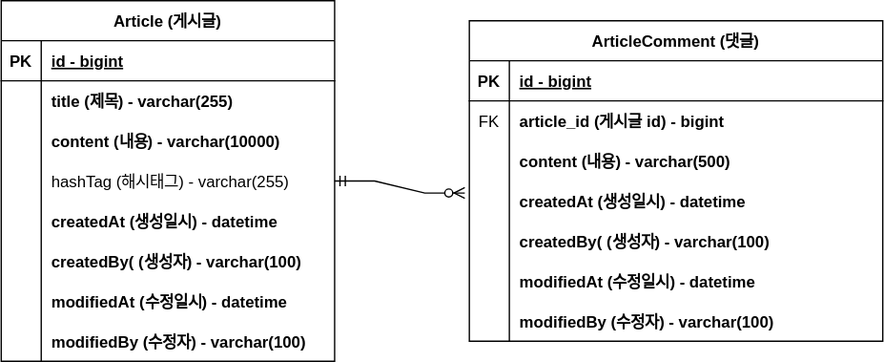
ttaho/project-board keeps this draw.io diagram as document/project-board-erd.svg. Above is the earlier version. Source tidied: cells renumbered, new cells last; positions are measured from the earlier drawing's top-left corner, leaving out a move shared by most shapes.
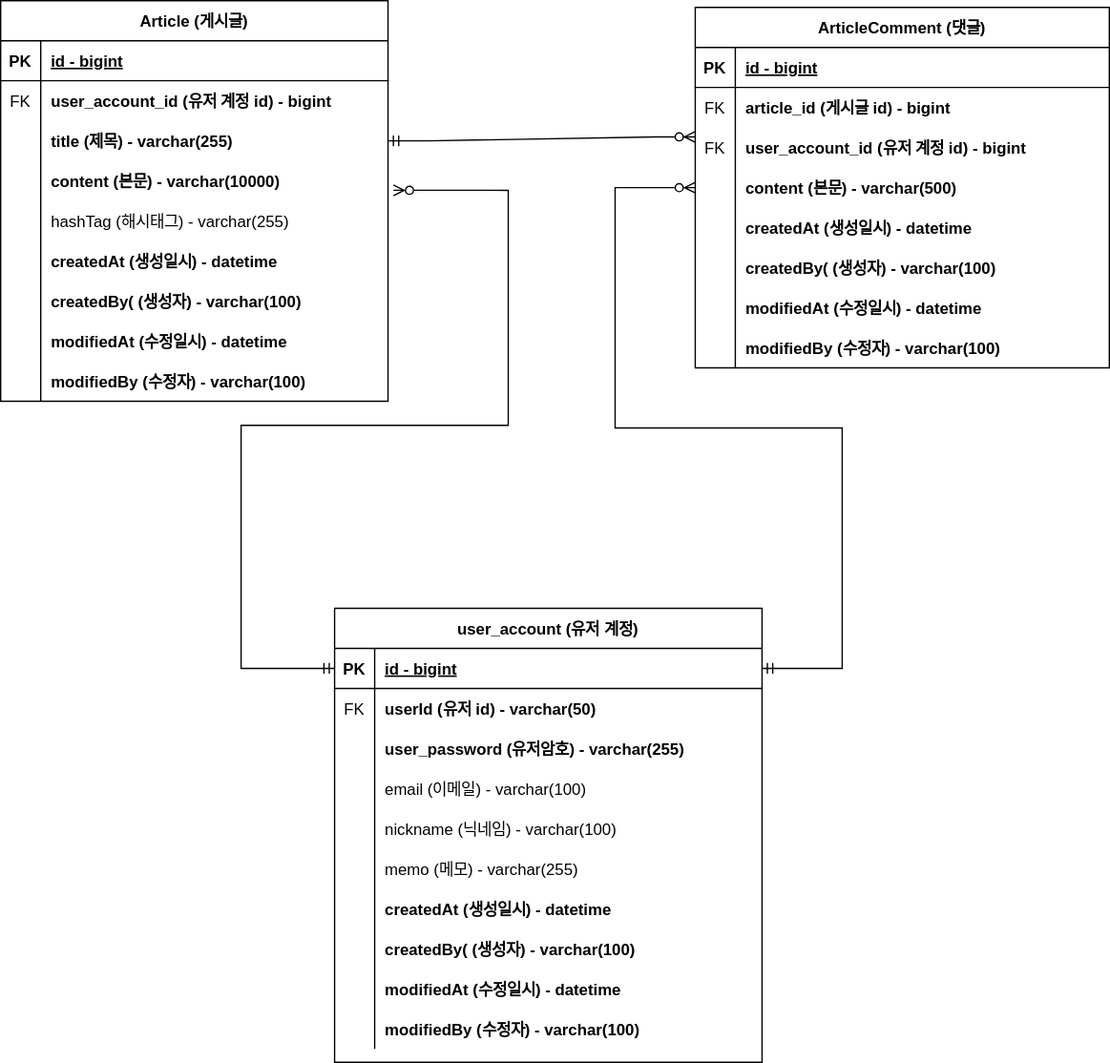
After the change.

Commit message:
project-board-erd 업데이트 - 유저 계정 추가

What changed in the source:
```diff
@@ -5,6 +5,6 @@
     <mxCell id="2" value="Article (게시글)" style="shape=table;startSize=30;rowLines=0;fontStyle=1;align=center;" parent="1" vertex="1">
-      <mxGeometry width="250" height="270" as="geometry" />
+      <mxGeometry x="-40" width="290" height="300" as="geometry" />
     </mxCell>
     <mxCell id="3" style="shape=tableRow;horizontal=0;startSize=0;swimlaneHead=0;swimlaneBody=0;fillColor=none;top=0;left=0;right=0;bottom=1;" parent="2" vertex="1">
-      <mxGeometry y="30" width="250" height="30" as="geometry" />
+      <mxGeometry y="30" width="290" height="30" as="geometry" />
     </mxCell>
@@ -14,15 +14,24 @@
     <mxCell id="5" value="id - bigint" style="shape=partialRectangle;fillColor=none;top=0;left=0;bottom=0;right=0;align=left;spacingLeft=6;fontStyle=5;overflow=hidden;" parent="3" vertex="1">
-      <mxGeometry x="30" width="220" height="30" as="geometry" />
+      <mxGeometry x="30" width="260" height="30" as="geometry" />
     </mxCell>
     <mxCell id="6" style="shape=tableRow;horizontal=0;startSize=0;swimlaneHead=0;swimlaneBody=0;fillColor=none;top=0;left=0;right=0;bottom=0;" parent="2" vertex="1">
-      <mxGeometry y="60" width="250" height="30" as="geometry" />
+      <mxGeometry y="60" width="290" height="30" as="geometry" />
     </mxCell>
-    <mxCell id="7" style="shape=partialRectangle;fillColor=none;top=0;left=0;bottom=0;right=0;overflow=hidden;" parent="6" vertex="1">
+    <mxCell id="7" value="FK" style="shape=partialRectangle;fillColor=none;top=0;left=0;bottom=0;right=0;overflow=hidden;" parent="6" vertex="1">
       <mxGeometry width="30" height="30" as="geometry" />
     </mxCell>
-    <mxCell id="8" value="title (제목) - varchar(255)" style="shape=partialRectangle;fillColor=none;top=0;left=0;bottom=0;right=0;align=left;spacingLeft=6;overflow=hidden;fontStyle=1;" parent="6" vertex="1">
-      <mxGeometry x="30" width="220" height="30" as="geometry" />
+    <mxCell id="8" value="user_account_id (유저 계정 id) - bigint" style="shape=partialRectangle;fillColor=none;top=0;left=0;bottom=0;right=0;align=left;spacingLeft=6;overflow=hidden;fontStyle=1;" parent="6" vertex="1">
+      <mxGeometry x="30" width="260" height="30" as="geometry" />
     </mxCell>
+    <mxCell id="50" style="shape=tableRow;horizontal=0;startSize=0;swimlaneHead=0;swimlaneBody=0;fillColor=none;points=[[0,0.5],[1,0.5]];portConstraint=eastwest;top=0;left=0;right=0;bottom=0;" parent="2" vertex="1">
+      <mxGeometry y="90" width="290" height="30" as="geometry" />
+    </mxCell>
+    <mxCell id="51" style="shape=partialRectangle;fillColor=none;top=0;left=0;bottom=0;right=0;overflow=hidden;" parent="50" vertex="1">
+      <mxGeometry width="30" height="30" as="geometry" />
+    </mxCell>
+    <mxCell id="52" value="title (제목) - varchar(255)" style="shape=partialRectangle;fillColor=none;top=0;left=0;bottom=0;right=0;align=left;spacingLeft=6;overflow=hidden;fontStyle=1;" parent="50" vertex="1">
+      <mxGeometry x="30" width="260" height="30" as="geometry" />
+    </mxCell>
     <mxCell id="9" style="shape=tableRow;horizontal=0;startSize=0;swimlaneHead=0;swimlaneBody=0;fillColor=none;points=[[0,0.5],[1,0.5]];portConstraint=eastwest;top=0;left=0;right=0;bottom=0;" parent="2" vertex="1">
-      <mxGeometry y="90" width="250" height="30" as="geometry" />
+      <mxGeometry y="120" width="290" height="30" as="geometry" />
     </mxCell>
@@ -31,7 +40,7 @@
     </mxCell>
-    <mxCell id="11" value="content (내용) - varchar(10000)" style="shape=partialRectangle;fillColor=none;top=0;left=0;bottom=0;right=0;align=left;spacingLeft=6;overflow=hidden;fontStyle=1;" parent="9" vertex="1">
-      <mxGeometry x="30" width="220" height="30" as="geometry" />
+    <mxCell id="11" value="content (본문) - varchar(10000)" style="shape=partialRectangle;fillColor=none;top=0;left=0;bottom=0;right=0;align=left;spacingLeft=6;overflow=hidden;fontStyle=1;" parent="9" vertex="1">
+      <mxGeometry x="30" width="260" height="30" as="geometry" />
     </mxCell>
     <mxCell id="12" style="shape=tableRow;horizontal=0;startSize=0;swimlaneHead=0;swimlaneBody=0;fillColor=none;points=[[0,0.5],[1,0.5]];portConstraint=eastwest;top=0;left=0;right=0;bottom=0;" parent="2" vertex="1">
-      <mxGeometry y="120" width="250" height="30" as="geometry" />
+      <mxGeometry y="150" width="290" height="30" as="geometry" />
     </mxCell>
@@ -41,6 +50,6 @@
     <mxCell id="14" value="hashTag (해시태그) - varchar(255)" style="shape=partialRectangle;fillColor=none;top=0;left=0;bottom=0;right=0;align=left;spacingLeft=6;overflow=hidden;" parent="12" vertex="1">
-      <mxGeometry x="30" width="220" height="30" as="geometry" />
+      <mxGeometry x="30" width="260" height="30" as="geometry" />
     </mxCell>
     <mxCell id="15" style="shape=tableRow;horizontal=0;startSize=0;swimlaneHead=0;swimlaneBody=0;fillColor=none;top=0;left=0;right=0;bottom=0;" parent="2" vertex="1">
-      <mxGeometry y="150" width="250" height="30" as="geometry" />
+      <mxGeometry y="180" width="290" height="30" as="geometry" />
     </mxCell>
@@ -50,6 +59,6 @@
     <mxCell id="17" value="createdAt (생성일시) - datetime" style="shape=partialRectangle;fillColor=none;top=0;left=0;bottom=0;right=0;align=left;spacingLeft=6;overflow=hidden;fontStyle=1;" parent="15" vertex="1">
-      <mxGeometry x="30" width="220" height="30" as="geometry" />
+      <mxGeometry x="30" width="260" height="30" as="geometry" />
     </mxCell>
     <mxCell id="18" style="shape=tableRow;horizontal=0;startSize=0;swimlaneHead=0;swimlaneBody=0;fillColor=none;top=0;left=0;right=0;bottom=0;" parent="2" vertex="1">
-      <mxGeometry y="180" width="250" height="30" as="geometry" />
+      <mxGeometry y="210" width="290" height="30" as="geometry" />
     </mxCell>
@@ -59,6 +68,6 @@
     <mxCell id="20" value="createdBy( (생성자) - varchar(100)" style="shape=partialRectangle;fillColor=none;top=0;left=0;bottom=0;right=0;align=left;spacingLeft=6;overflow=hidden;fontStyle=1;" parent="18" vertex="1">
-      <mxGeometry x="30" width="220" height="30" as="geometry" />
+      <mxGeometry x="30" width="260" height="30" as="geometry" />
     </mxCell>
     <mxCell id="21" style="shape=tableRow;horizontal=0;startSize=0;swimlaneHead=0;swimlaneBody=0;fillColor=none;top=0;left=0;right=0;bottom=0;" parent="2" vertex="1">
-      <mxGeometry y="210" width="250" height="30" as="geometry" />
+      <mxGeometry y="240" width="290" height="30" as="geometry" />
     </mxCell>
@@ -68,6 +77,6 @@
     <mxCell id="23" value="modifiedAt (수정일시) - datetime" style="shape=partialRectangle;fillColor=none;top=0;left=0;bottom=0;right=0;align=left;spacingLeft=6;overflow=hidden;fontStyle=1;" parent="21" vertex="1">
-      <mxGeometry x="30" width="220" height="30" as="geometry" />
+      <mxGeometry x="30" width="260" height="30" as="geometry" />
     </mxCell>
     <mxCell id="24" style="shape=tableRow;horizontal=0;startSize=0;swimlaneHead=0;swimlaneBody=0;fillColor=none;top=0;left=0;right=0;bottom=0;" parent="2" vertex="1">
-      <mxGeometry y="240" width="250" height="30" as="geometry" />
+      <mxGeometry y="270" width="290" height="30" as="geometry" />
     </mxCell>
@@ -77,6 +86,6 @@
     <mxCell id="26" value="modifiedBy (수정자) - varchar(100)" style="shape=partialRectangle;fillColor=none;top=0;left=0;bottom=0;right=0;align=left;spacingLeft=6;overflow=hidden;fontStyle=1;" parent="24" vertex="1">
-      <mxGeometry x="30" width="220" height="30" as="geometry" />
+      <mxGeometry x="30" width="260" height="30" as="geometry" />
     </mxCell>
     <mxCell id="27" value="ArticleComment (댓글)" style="shape=table;startSize=30;rowLines=0;fontStyle=1;align=center;" parent="1" vertex="1">
-      <mxGeometry x="351" y="15" width="310" height="240" as="geometry" />
+      <mxGeometry x="480" y="5" width="310" height="270" as="geometry" />
     </mxCell>
@@ -100,4 +109,13 @@
     </mxCell>
+    <mxCell id="53" style="shape=tableRow;horizontal=0;startSize=0;swimlaneHead=0;swimlaneBody=0;fillColor=none;points=[[0,0.5],[1,0.5]];portConstraint=eastwest;top=0;left=0;right=0;bottom=0;" parent="27" vertex="1">
+      <mxGeometry y="90" width="310" height="30" as="geometry" />
+    </mxCell>
+    <mxCell id="54" value="FK" style="shape=partialRectangle;fillColor=none;top=0;left=0;bottom=0;right=0;overflow=hidden;" parent="53" vertex="1">
+      <mxGeometry width="30" height="30" as="geometry" />
+    </mxCell>
+    <mxCell id="55" value="user_account_id (유저 계정 id) - bigint" style="shape=partialRectangle;fillColor=none;top=0;left=0;bottom=0;right=0;align=left;spacingLeft=6;overflow=hidden;fontStyle=1;" parent="53" vertex="1">
+      <mxGeometry x="30" width="280" height="30" as="geometry" />
+    </mxCell>
     <mxCell id="34" style="shape=tableRow;horizontal=0;startSize=0;swimlaneHead=0;swimlaneBody=0;fillColor=none;points=[[0,0.5],[1,0.5]];portConstraint=eastwest;top=0;left=0;right=0;bottom=0;" parent="27" vertex="1">
-      <mxGeometry y="90" width="310" height="30" as="geometry" />
+      <mxGeometry y="120" width="310" height="30" as="geometry" />
     </mxCell>
@@ -106,3 +124,3 @@
     </mxCell>
-    <mxCell id="36" value="content (내용) - varchar(500)" style="shape=partialRectangle;fillColor=none;top=0;left=0;bottom=0;right=0;align=left;spacingLeft=6;overflow=hidden;fontStyle=1;" parent="34" vertex="1">
+    <mxCell id="36" value="content (본문) - varchar(500)" style="shape=partialRectangle;fillColor=none;top=0;left=0;bottom=0;right=0;align=left;spacingLeft=6;overflow=hidden;fontStyle=1;" parent="34" vertex="1">
       <mxGeometry x="30" width="280" height="30" as="geometry" />
@@ -110,3 +128,3 @@
     <mxCell id="37" style="shape=tableRow;horizontal=0;startSize=0;swimlaneHead=0;swimlaneBody=0;fillColor=none;points=[[0,0.5],[1,0.5]];portConstraint=eastwest;top=0;left=0;right=0;bottom=0;" parent="27" vertex="1">
-      <mxGeometry y="120" width="310" height="30" as="geometry" />
+      <mxGeometry y="150" width="310" height="30" as="geometry" />
     </mxCell>
@@ -119,3 +137,3 @@
     <mxCell id="40" style="shape=tableRow;horizontal=0;startSize=0;swimlaneHead=0;swimlaneBody=0;fillColor=none;top=0;left=0;right=0;bottom=0;" parent="27" vertex="1">
-      <mxGeometry y="150" width="310" height="30" as="geometry" />
+      <mxGeometry y="180" width="310" height="30" as="geometry" />
     </mxCell>
@@ -128,3 +146,3 @@
     <mxCell id="43" style="shape=tableRow;horizontal=0;startSize=0;swimlaneHead=0;swimlaneBody=0;fillColor=none;top=0;left=0;right=0;bottom=0;" parent="27" vertex="1">
-      <mxGeometry y="180" width="310" height="30" as="geometry" />
+      <mxGeometry y="210" width="310" height="30" as="geometry" />
     </mxCell>
@@ -137,3 +155,3 @@
     <mxCell id="46" style="shape=tableRow;horizontal=0;startSize=0;swimlaneHead=0;swimlaneBody=0;fillColor=none;top=0;left=0;right=0;bottom=0;" parent="27" vertex="1">
-      <mxGeometry y="210" width="310" height="30" as="geometry" />
+      <mxGeometry y="240" width="310" height="30" as="geometry" />
     </mxCell>
@@ -145,5 +163,118 @@
     </mxCell>
-    <mxCell id="49" style="edgeStyle=entityRelationEdgeStyle;fontSize=12;html=1;endArrow=ERzeroToMany;startArrow=ERmandOne;rounded=0;entryX=-0.011;entryY=0.3;entryDx=0;entryDy=0;entryPerimeter=0;" parent="1" edge="1" source="12" target="37">
+    <mxCell id="49" style="edgeStyle=entityRelationEdgeStyle;fontSize=12;html=1;endArrow=ERzeroToMany;startArrow=ERmandOne;rounded=0;entryX=0;entryY=0.233;entryDx=0;entryDy=0;entryPerimeter=0;exitX=1;exitY=0.5;exitDx=0;exitDy=0;" parent="1" edge="1" source="50" target="53">
       <mxGeometry relative="1" as="geometry" />
     </mxCell>
+    <mxCell id="56" value="user_account (유저 계정)" style="shape=table;startSize=30;rowLines=0;fontStyle=1;align=center;" parent="1" vertex="1">
+      <mxGeometry x="210" y="455" width="320" height="340" as="geometry" />
+    </mxCell>
+    <mxCell id="57" style="shape=tableRow;horizontal=0;startSize=0;swimlaneHead=0;swimlaneBody=0;fillColor=none;points=[[0,0.5],[1,0.5]];portConstraint=eastwest;top=0;left=0;right=0;bottom=1;" parent="56" vertex="1">
+      <mxGeometry y="30" width="320" height="30" as="geometry" />
+    </mxCell>
+    <mxCell id="58" value="PK" style="shape=partialRectangle;fillColor=none;top=0;left=0;bottom=0;right=0;fontStyle=1;overflow=hidden;" parent="57" vertex="1">
+      <mxGeometry width="30" height="30" as="geometry" />
+    </mxCell>
+    <mxCell id="59" value="id - bigint" style="shape=partialRectangle;fillColor=none;top=0;left=0;bottom=0;right=0;align=left;spacingLeft=6;fontStyle=5;overflow=hidden;" parent="57" vertex="1">
+      <mxGeometry x="30" width="290" height="30" as="geometry" />
+    </mxCell>
+    <mxCell id="60" style="shape=tableRow;horizontal=0;startSize=0;swimlaneHead=0;swimlaneBody=0;fillColor=none;top=0;left=0;right=0;bottom=0;" parent="56" vertex="1">
+      <mxGeometry y="60" width="320" height="30" as="geometry" />
+    </mxCell>
+    <mxCell id="61" value="FK" style="shape=partialRectangle;fillColor=none;top=0;left=0;bottom=0;right=0;overflow=hidden;" parent="60" vertex="1">
+      <mxGeometry width="30" height="30" as="geometry" />
+    </mxCell>
+    <mxCell id="62" value="userId (유저 id) - varchar(50)" style="shape=partialRectangle;fillColor=none;top=0;left=0;bottom=0;right=0;align=left;spacingLeft=6;overflow=hidden;fontStyle=1;" parent="60" vertex="1">
+      <mxGeometry x="30" width="290" height="30" as="geometry" />
+    </mxCell>
+    <mxCell id="63" style="shape=tableRow;horizontal=0;startSize=0;swimlaneHead=0;swimlaneBody=0;fillColor=none;top=0;left=0;right=0;bottom=0;" parent="56" vertex="1">
+      <mxGeometry y="90" width="320" height="30" as="geometry" />
+    </mxCell>
+    <mxCell id="64" style="shape=partialRectangle;fillColor=none;top=0;left=0;bottom=0;right=0;overflow=hidden;" parent="63" vertex="1">
+      <mxGeometry width="30" height="30" as="geometry" />
+    </mxCell>
+    <mxCell id="65" value="user_password (유저암호) - varchar(255)" style="shape=partialRectangle;fillColor=none;top=0;left=0;bottom=0;right=0;align=left;spacingLeft=6;overflow=hidden;fontStyle=1;" parent="63" vertex="1">
+      <mxGeometry x="30" width="290" height="30" as="geometry" />
+    </mxCell>
+    <mxCell id="66" style="shape=tableRow;horizontal=0;startSize=0;swimlaneHead=0;swimlaneBody=0;fillColor=none;top=0;left=0;right=0;bottom=0;" parent="56" vertex="1">
+      <mxGeometry y="120" width="320" height="30" as="geometry" />
+    </mxCell>
+    <mxCell id="67" style="shape=partialRectangle;fillColor=none;top=0;left=0;bottom=0;right=0;overflow=hidden;" parent="66" vertex="1">
+      <mxGeometry width="30" height="30" as="geometry" />
+    </mxCell>
+    <mxCell id="68" value="email (이메일) - varchar(100)" style="shape=partialRectangle;fillColor=none;top=0;left=0;bottom=0;right=0;align=left;spacingLeft=6;overflow=hidden;" parent="66" vertex="1">
+      <mxGeometry x="30" width="290" height="30" as="geometry" />
+    </mxCell>
+    <mxCell id="69" style="shape=tableRow;horizontal=0;startSize=0;swimlaneHead=0;swimlaneBody=0;fillColor=none;top=0;left=0;right=0;bottom=0;" parent="56" vertex="1">
+      <mxGeometry y="150" width="320" height="30" as="geometry" />
+    </mxCell>
+    <mxCell id="70" style="shape=partialRectangle;fillColor=none;top=0;left=0;bottom=0;right=0;overflow=hidden;" parent="69" vertex="1">
+      <mxGeometry width="30" height="30" as="geometry" />
+    </mxCell>
+    <mxCell id="71" value="nickname (닉네임) - varchar(100)" style="shape=partialRectangle;fillColor=none;top=0;left=0;bottom=0;right=0;align=left;spacingLeft=6;overflow=hidden;" parent="69" vertex="1">
+      <mxGeometry x="30" width="290" height="30" as="geometry" />
+    </mxCell>
+    <mxCell id="72" style="shape=tableRow;horizontal=0;startSize=0;swimlaneHead=0;swimlaneBody=0;fillColor=none;top=0;left=0;right=0;bottom=0;" parent="56" vertex="1">
+      <mxGeometry y="180" width="320" height="30" as="geometry" />
+    </mxCell>
+    <mxCell id="73" style="shape=partialRectangle;fillColor=none;top=0;left=0;bottom=0;right=0;overflow=hidden;" parent="72" vertex="1">
+      <mxGeometry width="30" height="30" as="geometry" />
+    </mxCell>
+    <mxCell id="74" value="memo (메모) - varchar(255)" style="shape=partialRectangle;fillColor=none;top=0;left=0;bottom=0;right=0;align=left;spacingLeft=6;overflow=hidden;" parent="72" vertex="1">
+      <mxGeometry x="30" width="290" height="30" as="geometry" />
+    </mxCell>
+    <mxCell id="75" style="shape=tableRow;horizontal=0;startSize=0;swimlaneHead=0;swimlaneBody=0;fillColor=none;top=0;left=0;right=0;bottom=0;" parent="56" vertex="1">
+      <mxGeometry y="210" width="320" height="30" as="geometry" />
+    </mxCell>
+    <mxCell id="76" style="shape=partialRectangle;fillColor=none;top=0;left=0;bottom=0;right=0;overflow=hidden;" parent="75" vertex="1">
+      <mxGeometry width="30" height="30" as="geometry" />
+    </mxCell>
+    <mxCell id="77" value="createdAt (생성일시) - datetime" style="shape=partialRectangle;fillColor=none;top=0;left=0;bottom=0;right=0;align=left;spacingLeft=6;overflow=hidden;fontStyle=1;" parent="75" vertex="1">
+      <mxGeometry x="30" width="290" height="30" as="geometry" />
+    </mxCell>
+    <mxCell id="78" style="shape=tableRow;horizontal=0;startSize=0;swimlaneHead=0;swimlaneBody=0;fillColor=none;top=0;left=0;right=0;bottom=0;" parent="56" vertex="1">
+      <mxGeometry y="240" width="320" height="30" as="geometry" />
+    </mxCell>
+    <mxCell id="79" style="shape=partialRectangle;fillColor=none;top=0;left=0;bottom=0;right=0;overflow=hidden;" parent="78" vertex="1">
+      <mxGeometry width="30" height="30" as="geometry" />
+    </mxCell>
+    <mxCell id="80" value="createdBy( (생성자) - varchar(100)" style="shape=partialRectangle;fillColor=none;top=0;left=0;bottom=0;right=0;align=left;spacingLeft=6;overflow=hidden;fontStyle=1;" parent="78" vertex="1">
+      <mxGeometry x="30" width="290" height="30" as="geometry" />
+    </mxCell>
+    <mxCell id="81" style="shape=tableRow;horizontal=0;startSize=0;swimlaneHead=0;swimlaneBody=0;fillColor=none;top=0;left=0;right=0;bottom=0;" parent="56" vertex="1">
+      <mxGeometry y="270" width="320" height="30" as="geometry" />
+    </mxCell>
+    <mxCell id="82" style="shape=partialRectangle;fillColor=none;top=0;left=0;bottom=0;right=0;overflow=hidden;" parent="81" vertex="1">
+      <mxGeometry width="30" height="30" as="geometry" />
+    </mxCell>
+    <mxCell id="83" value="modifiedAt (수정일시) - datetime" style="shape=partialRectangle;fillColor=none;top=0;left=0;bottom=0;right=0;align=left;spacingLeft=6;overflow=hidden;fontStyle=1;" parent="81" vertex="1">
+      <mxGeometry x="30" width="290" height="30" as="geometry" />
+    </mxCell>
+    <mxCell id="84" style="shape=tableRow;horizontal=0;startSize=0;swimlaneHead=0;swimlaneBody=0;fillColor=none;top=0;left=0;right=0;bottom=0;" parent="56" vertex="1">
+      <mxGeometry y="300" width="320" height="30" as="geometry" />
+    </mxCell>
+    <mxCell id="85" style="shape=partialRectangle;fillColor=none;top=0;left=0;bottom=0;right=0;overflow=hidden;" parent="84" vertex="1">
+      <mxGeometry width="30" height="30" as="geometry" />
+    </mxCell>
+    <mxCell id="86" value="modifiedBy (수정자) - varchar(100)" style="shape=partialRectangle;fillColor=none;top=0;left=0;bottom=0;right=0;align=left;spacingLeft=6;overflow=hidden;fontStyle=1;" parent="84" vertex="1">
+      <mxGeometry x="30" width="290" height="30" as="geometry" />
+    </mxCell>
+    <mxCell id="87" style="endArrow=ERmandOne;html=1;rounded=0;exitX=1.014;exitY=0.733;exitDx=0;exitDy=0;exitPerimeter=0;entryX=0;entryY=0.5;entryDx=0;entryDy=0;edgeStyle=orthogonalEdgeStyle;startArrow=ERzeroToMany;startFill=0;endFill=0;" parent="1" edge="1" source="9" target="57">
+      <mxGeometry relative="1" as="geometry">
+        <Array as="points">
+          <mxPoint x="340" y="142" />
+          <mxPoint x="340" y="318" />
+          <mxPoint x="140" y="318" />
+          <mxPoint x="140" y="500" />
+        </Array>
+      </mxGeometry>
+    </mxCell>
+    <mxCell id="88" style="endArrow=ERmandOne;html=1;rounded=0;exitX=0;exitY=0.5;exitDx=0;exitDy=0;entryX=1;entryY=0.5;entryDx=0;entryDy=0;edgeStyle=orthogonalEdgeStyle;startArrow=ERzeroToMany;startFill=0;endFill=0;" parent="1" edge="1" source="34" target="57">
+      <mxGeometry relative="1" as="geometry">
+        <Array as="points">
+          <mxPoint x="420" y="140" />
+          <mxPoint x="420" y="320" />
+          <mxPoint x="590" y="320" />
+          <mxPoint x="590" y="500" />
+        </Array>
+      </mxGeometry>
+    </mxCell>
   </root>
```
